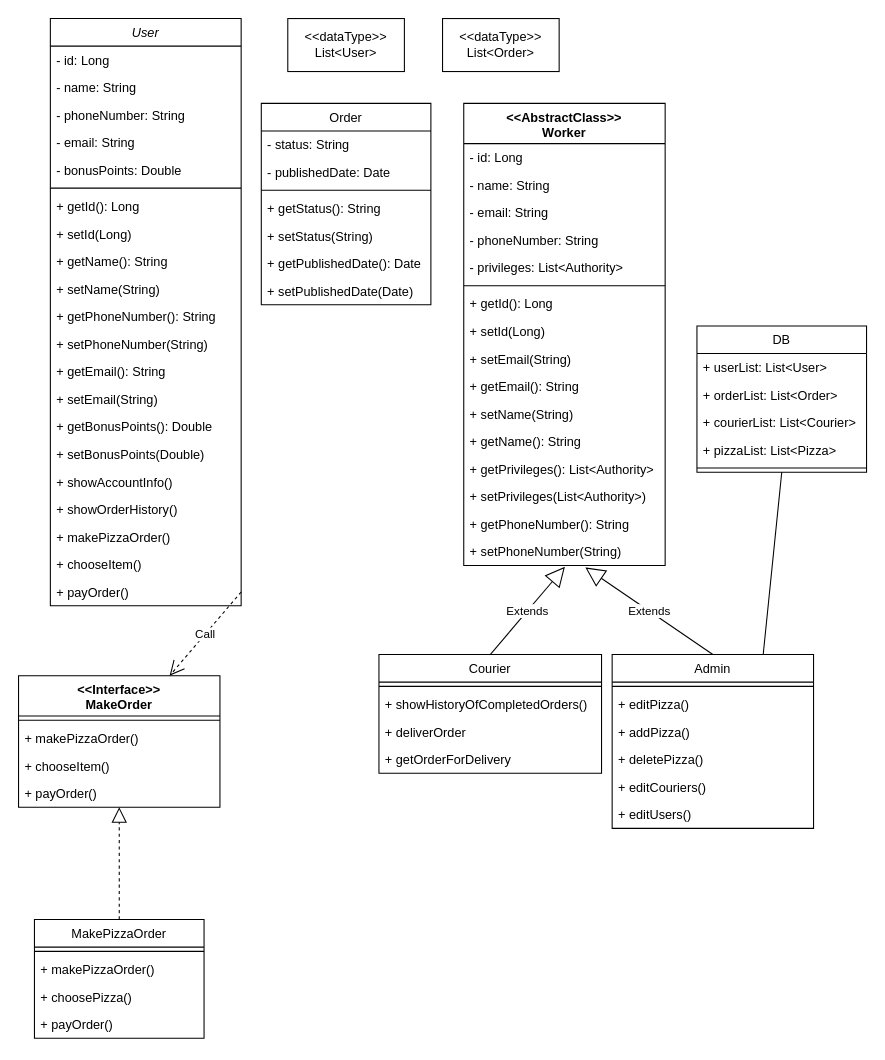
This is ДиаграммаКлассов.drawio from hard-gainer/UML, a draw.io file, before an edit. Source tidied: cells renumbered, new cells numbered last; positions are measured from the earlier drawing's top-left corner, leaving out a move shared by most shapes. Both pictures are drawn from the tidied source at 106%, with x=0, y=0 at pixel (18, 18).
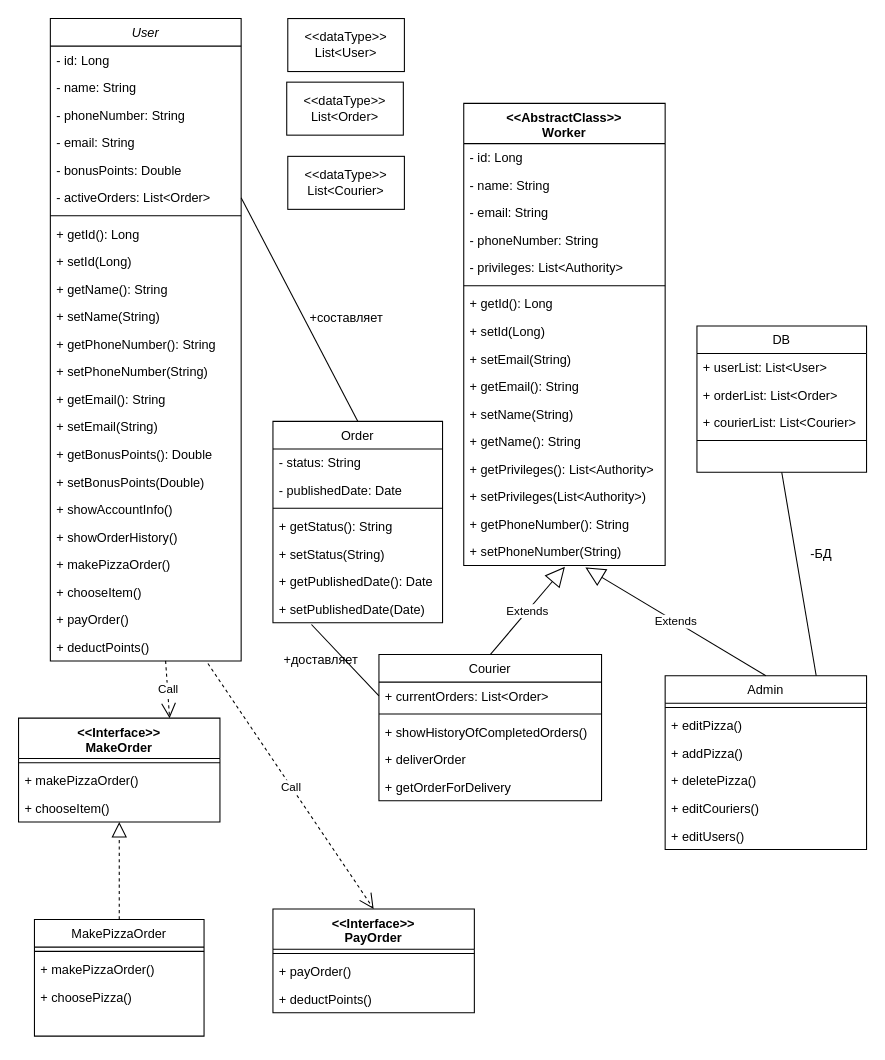
Above is the later version.

The change refers to these unchanged cells:
```xml
<mxCell id="24" value="DB" style="swimlane;fontStyle=0;align=center;verticalAlign=top;horizontal=1;startSize=26;rounded=0;shadow=0;strokeWidth=1;" parent="1" vertex="1">
  <mxGeometry x="640" y="290" width="160" height="138" as="geometry" />
</mxCell>
<mxCell id="37" value="+ setPublishedDate(Date)" style="text;align=left;verticalAlign=top;spacingLeft=4;spacingRight=4;overflow=hidden;points=[[0,0.5],[1,0.5]];portConstraint=eastwest;rounded=0;shadow=0;html=0;" parent="30" vertex="1">
  <mxGeometry y="164" width="160" height="26" as="geometry" />
</mxCell>
```

Change to the diagram source:
```diff
@@
     <mxCell id="2" value="User" style="swimlane;fontStyle=2;align=center;verticalAlign=top;horizontal=1;startSize=26;rounded=0;shadow=0;strokeWidth=1;" parent="1" vertex="1">
-      <mxGeometry x="30" width="180" height="554" as="geometry" />
+      <mxGeometry x="30" width="180" height="606" as="geometry" />
     </mxCell>
@@
+    <mxCell id="84" value="- activeOrders: List&lt;Order&gt;" style="text;align=left;verticalAlign=top;spacingLeft=4;spacingRight=4;overflow=hidden;points=[[0,0.5],[1,0.5]];portConstraint=eastwest;rounded=0;shadow=0;html=0;" parent="2" vertex="1">
+      <mxGeometry y="156" width="180" height="26" as="geometry" />
+    </mxCell>
     <mxCell id="8" style="line;html=1;strokeWidth=1;align=left;verticalAlign=middle;spacingTop=-1;spacingLeft=3;spacingRight=3;labelPosition=right;" parent="2" vertex="1">
-      <mxGeometry y="156" width="180" height="8" as="geometry" />
+      <mxGeometry y="182" width="180" height="8" as="geometry" />
     </mxCell>
     <mxCell id="9" value="+ getId(): Long" style="text;align=left;verticalAlign=top;spacingLeft=4;spacingRight=4;overflow=hidden;" parent="2" vertex="1">
-      <mxGeometry y="164" width="180" height="26" as="geometry" />
+      <mxGeometry y="190" width="180" height="26" as="geometry" />
     </mxCell>
     <mxCell id="10" value="+ setId(Long)" style="text;align=left;verticalAlign=top;spacingLeft=4;spacingRight=4;overflow=hidden;" parent="2" vertex="1">
-      <mxGeometry y="190" width="180" height="26" as="geometry" />
+      <mxGeometry y="216" width="180" height="26" as="geometry" />
     </mxCell>
     <mxCell id="11" value="+ getName(): String" style="text;align=left;verticalAlign=top;spacingLeft=4;spacingRight=4;overflow=hidden;" parent="2" vertex="1">
-      <mxGeometry y="216" width="180" height="26" as="geometry" />
+      <mxGeometry y="242" width="180" height="26" as="geometry" />
     </mxCell>
     <mxCell id="12" value="+ setName(String)" style="text;align=left;verticalAlign=top;spacingLeft=4;spacingRight=4;overflow=hidden;" parent="2" vertex="1">
-      <mxGeometry y="242" width="180" height="26" as="geometry" />
+      <mxGeometry y="268" width="180" height="26" as="geometry" />
     </mxCell>
     <mxCell id="13" value="+ getPhoneNumber(): String" style="text;align=left;verticalAlign=top;spacingLeft=4;spacingRight=4;overflow=hidden;" parent="2" vertex="1">
-      <mxGeometry y="268" width="180" height="26" as="geometry" />
+      <mxGeometry y="294" width="180" height="26" as="geometry" />
     </mxCell>
     <mxCell id="14" value="+ setPhoneNumber(String)" style="text;align=left;verticalAlign=top;spacingLeft=4;spacingRight=4;overflow=hidden;" parent="2" vertex="1">
-      <mxGeometry y="294" width="180" height="26" as="geometry" />
+      <mxGeometry y="320" width="180" height="26" as="geometry" />
     </mxCell>
     <mxCell id="15" value="+ getEmail(): String" style="text;align=left;verticalAlign=top;spacingLeft=4;spacingRight=4;overflow=hidden;" parent="2" vertex="1">
-      <mxGeometry y="320" width="180" height="26" as="geometry" />
+      <mxGeometry y="346" width="180" height="26" as="geometry" />
     </mxCell>
     <mxCell id="16" value="+ setEmail(String)" style="text;align=left;verticalAlign=top;spacingLeft=4;spacingRight=4;overflow=hidden;" parent="2" vertex="1">
-      <mxGeometry y="346" width="180" height="26" as="geometry" />
+      <mxGeometry y="372" width="180" height="26" as="geometry" />
     </mxCell>
     <mxCell id="17" value="+ getBonusPoints(): Double" style="text;align=left;verticalAlign=top;spacingLeft=4;spacingRight=4;overflow=hidden;" parent="2" vertex="1">
-      <mxGeometry y="372" width="180" height="26" as="geometry" />
+      <mxGeometry y="398" width="180" height="26" as="geometry" />
     </mxCell>
     <mxCell id="18" value="+ setBonusPoints(Double)" style="text;align=left;verticalAlign=top;spacingLeft=4;spacingRight=4;overflow=hidden;" parent="2" vertex="1">
-      <mxGeometry y="398" width="180" height="26" as="geometry" />
+      <mxGeometry y="424" width="180" height="26" as="geometry" />
     </mxCell>
     <mxCell id="19" value="+ showAccountInfo()" style="text;align=left;verticalAlign=top;spacingLeft=4;spacingRight=4;overflow=hidden;" parent="2" vertex="1">
-      <mxGeometry y="424" width="180" height="26" as="geometry" />
+      <mxGeometry y="450" width="180" height="26" as="geometry" />
     </mxCell>
     <mxCell id="20" value="+ showOrderHistory()" style="text;align=left;verticalAlign=top;spacingLeft=4;spacingRight=4;overflow=hidden;" parent="2" vertex="1">
-      <mxGeometry y="450" width="180" height="26" as="geometry" />
+      <mxGeometry y="476" width="180" height="26" as="geometry" />
     </mxCell>
     <mxCell id="21" value="+ makePizzaOrder()" style="text;align=left;verticalAlign=top;spacingLeft=4;spacingRight=4;overflow=hidden;" parent="2" vertex="1">
-      <mxGeometry y="476" width="180" height="26" as="geometry" />
+      <mxGeometry y="502" width="180" height="26" as="geometry" />
     </mxCell>
     <mxCell id="22" value="+ chooseItem()" style="text;align=left;verticalAlign=top;spacingLeft=4;spacingRight=4;overflow=hidden;" parent="2" vertex="1">
-      <mxGeometry y="502" width="180" height="26" as="geometry" />
+      <mxGeometry y="528" width="180" height="26" as="geometry" />
     </mxCell>
     <mxCell id="23" value="+ payOrder()" style="text;align=left;verticalAlign=top;spacingLeft=4;spacingRight=4;overflow=hidden;points=[[0,0.5],[1,0.5]];portConstraint=eastwest;" parent="2" vertex="1">
-      <mxGeometry y="528" width="180" height="26" as="geometry" />
+      <mxGeometry y="554" width="180" height="26" as="geometry" />
     </mxCell>
+    <mxCell id="85" value="+ deductPoints()" style="text;align=left;verticalAlign=top;spacingLeft=4;spacingRight=4;overflow=hidden;points=[[0,0.5],[1,0.5]];portConstraint=eastwest;" parent="2" vertex="1">
+      <mxGeometry y="580" width="180" height="26" as="geometry" />
+    </mxCell>
@@
-    <mxCell id="28" value="+ pizzaList: List&lt;Pizza&gt;" style="text;align=left;verticalAlign=top;spacingLeft=4;spacingRight=4;overflow=hidden;" parent="24" vertex="1">
-      <mxGeometry y="104" width="160" height="26" as="geometry" />
-    </mxCell>
     <mxCell id="29" style="line;html=1;strokeWidth=1;align=left;verticalAlign=middle;spacingTop=-1;spacingLeft=3;spacingRight=3;labelPosition=right;" parent="24" vertex="1">
-      <mxGeometry y="130" width="160" height="8" as="geometry" />
+      <mxGeometry y="104" width="160" height="8" as="geometry" />
     </mxCell>
     <mxCell id="30" value="Order" style="swimlane;fontStyle=0;align=center;verticalAlign=top;horizontal=1;startSize=26;rounded=0;shadow=0;strokeWidth=1;" parent="1" vertex="1">
-      <mxGeometry x="229" y="80" width="160" height="190" as="geometry" />
+      <mxGeometry x="240" y="380" width="160" height="190" as="geometry" />
     </mxCell>
@@
     <mxCell id="39" value="&amp;lt;&amp;lt;dataType&amp;gt;&amp;gt;&lt;div&gt;List&amp;lt;Order&amp;gt;&lt;/div&gt;" style="html=1;whiteSpace=wrap;" parent="1" vertex="1">
-      <mxGeometry x="400" width="110" height="50" as="geometry" />
+      <mxGeometry x="253" y="60" width="110" height="50" as="geometry" />
     </mxCell>
@@
     <mxCell id="57" value="Courier" style="swimlane;fontStyle=0;align=center;verticalAlign=top;horizontal=1;startSize=26;rounded=0;shadow=0;strokeWidth=1;" parent="1" vertex="1">
-      <mxGeometry x="340" y="600" width="210" height="112" as="geometry" />
+      <mxGeometry x="340" y="600" width="210" height="138" as="geometry" />
     </mxCell>
+    <mxCell id="86" value="+ currentOrders: List&lt;Order&gt;" style="text;align=left;verticalAlign=top;spacingLeft=4;spacingRight=4;overflow=hidden;points=[[0,0.5],[1,0.5]];portConstraint=eastwest;" parent="57" vertex="1">
+      <mxGeometry y="26" width="210" height="26" as="geometry" />
+    </mxCell>
     <mxCell id="58" style="line;html=1;strokeWidth=1;align=left;verticalAlign=middle;spacingTop=-1;spacingLeft=3;spacingRight=3;labelPosition=right;" parent="57" vertex="1">
-      <mxGeometry y="26" width="210" height="8" as="geometry" />
+      <mxGeometry y="52" width="210" height="8" as="geometry" />
     </mxCell>
     <mxCell id="59" value="+ showHistoryOfCompletedOrders()" style="text;align=left;verticalAlign=top;spacingLeft=4;spacingRight=4;overflow=hidden;" parent="57" vertex="1">
-      <mxGeometry y="34" width="210" height="26" as="geometry" />
+      <mxGeometry y="60" width="210" height="26" as="geometry" />
     </mxCell>
     <mxCell id="60" value="+ deliverOrder" style="text;align=left;verticalAlign=top;spacingLeft=4;spacingRight=4;overflow=hidden;" parent="57" vertex="1">
-      <mxGeometry y="60" width="210" height="26" as="geometry" />
+      <mxGeometry y="86" width="210" height="26" as="geometry" />
     </mxCell>
     <mxCell id="61" value="+ getOrderForDelivery" style="text;align=left;verticalAlign=top;spacingLeft=4;spacingRight=4;overflow=hidden;" parent="57" vertex="1">
-      <mxGeometry y="86" width="210" height="26" as="geometry" />
+      <mxGeometry y="112" width="210" height="26" as="geometry" />
     </mxCell>
     <mxCell id="62" value="Admin" style="swimlane;fontStyle=0;align=center;verticalAlign=top;horizontal=1;startSize=26;rounded=0;shadow=0;strokeWidth=1;" parent="1" vertex="1">
-      <mxGeometry x="560" y="600" width="190" height="164" as="geometry" />
+      <mxGeometry x="610" y="620" width="190" height="164" as="geometry" />
     </mxCell>
@@
     <mxCell id="71" value="&lt;div&gt;&amp;lt;&amp;lt;Interface&amp;gt;&amp;gt;&lt;/div&gt;&lt;div&gt;MakeOrder&lt;/div&gt;" style="swimlane;fontStyle=1;align=center;verticalAlign=top;horizontal=1;startSize=38;whiteSpace=wrap;html=1;" parent="1" vertex="1">
-      <mxGeometry y="620" width="190" height="124" as="geometry" />
+      <mxGeometry y="660" width="190" height="98" as="geometry" />
     </mxCell>
@@
-    <mxCell id="75" value="+ payOrder()" style="text;align=left;verticalAlign=top;spacingLeft=4;spacingRight=4;overflow=hidden;" parent="71" vertex="1">
-      <mxGeometry y="98" width="190" height="26" as="geometry" />
-    </mxCell>
     <mxCell id="76" value="MakePizzaOrder" style="swimlane;fontStyle=0;align=center;verticalAlign=top;horizontal=1;startSize=26;rounded=0;shadow=0;strokeWidth=1;" parent="1" vertex="1">
-      <mxGeometry x="15" y="850" width="160" height="112" as="geometry" />
+      <mxGeometry x="15" y="850" width="160" height="110" as="geometry" />
     </mxCell>
@@
-    <mxCell id="80" value="+ payOrder()" style="text;align=left;verticalAlign=top;spacingLeft=4;spacingRight=4;overflow=hidden;" parent="76" vertex="1">
-      <mxGeometry y="86" width="160" height="26" as="geometry" />
-    </mxCell>
@@
-    <mxCell id="83" value="Call" style="endArrow=open;endSize=12;dashed=1;html=1;rounded=0;exitX=1;exitY=0.5;exitDx=0;exitDy=0;entryX=0.75;entryY=0;entryDx=0;entryDy=0;" parent="1" edge="1" source="23" target="71">
+    <mxCell id="83" value="Call" style="endArrow=open;endSize=12;dashed=1;html=1;rounded=0;exitX=0.604;exitY=1;exitDx=0;exitDy=0;entryX=0.75;entryY=0;entryDx=0;entryDy=0;exitPerimeter=0;" parent="1" edge="1" source="85" target="71">
       <mxGeometry relative="1" as="geometry" />
     </mxCell>
+    <mxCell id="87" value="&lt;div&gt;&amp;lt;&amp;lt;Interface&amp;gt;&amp;gt;&lt;/div&gt;&lt;div&gt;PayOrder&lt;/div&gt;" style="swimlane;fontStyle=1;align=center;verticalAlign=top;horizontal=1;startSize=38;whiteSpace=wrap;html=1;" parent="1" vertex="1">
+      <mxGeometry x="240" y="840" width="190" height="98" as="geometry" />
+    </mxCell>
+    <mxCell id="88" style="line;strokeWidth=1;fillColor=none;align=left;verticalAlign=middle;spacingTop=-1;spacingLeft=3;spacingRight=3;labelPosition=right;strokeColor=inherit;" parent="87" vertex="1">
+      <mxGeometry y="38" width="190" height="8" as="geometry" />
+    </mxCell>
+    <mxCell id="89" value="+ payOrder()" style="text;align=left;verticalAlign=top;spacingLeft=4;spacingRight=4;overflow=hidden;" parent="87" vertex="1">
+      <mxGeometry y="46" width="190" height="26" as="geometry" />
+    </mxCell>
+    <mxCell id="90" value="+ deductPoints()" style="text;align=left;verticalAlign=top;spacingLeft=4;spacingRight=4;overflow=hidden;" parent="87" vertex="1">
+      <mxGeometry y="72" width="190" height="26" as="geometry" />
+    </mxCell>
+    <mxCell id="91" value="Call" style="endArrow=open;endSize=12;dashed=1;html=1;rounded=0;exitX=0.826;exitY=1.096;exitDx=0;exitDy=0;entryX=0.5;entryY=0;entryDx=0;entryDy=0;exitPerimeter=0;" parent="1" edge="1" source="85" target="87">
+      <mxGeometry relative="1" as="geometry" />
+    </mxCell>
+    <mxCell id="92" value="&amp;lt;&amp;lt;dataType&amp;gt;&amp;gt;&lt;div&gt;List&amp;lt;Courier&amp;gt;&lt;/div&gt;" style="html=1;whiteSpace=wrap;" parent="1" vertex="1">
+      <mxGeometry x="254" y="130" width="110" height="50" as="geometry" />
+    </mxCell>
+    <mxCell id="93" value="-БД" style="text;html=1;align=center;verticalAlign=middle;strokeColor=none;fillColor=none;" parent="1" vertex="1">
+      <mxGeometry x="737" y="490" width="40" height="30" as="geometry" />
+    </mxCell>
+    <mxCell id="94" style="endArrow=none;html=1;rounded=0;exitX=0;exitY=0.5;exitDx=0;exitDy=0;entryX=0.227;entryY=1.064;entryDx=0;entryDy=0;entryPerimeter=0;" parent="1" edge="1" source="86" target="37">
+      <mxGeometry relative="1" as="geometry" />
+    </mxCell>
+    <mxCell id="95" value="+доставляет" style="text;html=1;align=center;verticalAlign=middle;strokeColor=none;fillColor=none;" parent="1" vertex="1">
+      <mxGeometry x="240" y="590" width="90" height="30" as="geometry" />
+    </mxCell>
+    <mxCell id="96" style="endArrow=none;html=1;rounded=0;exitX=0.5;exitY=0;exitDx=0;exitDy=0;entryX=1;entryY=0.5;entryDx=0;entryDy=0;" parent="1" edge="1" source="30" target="84">
+      <mxGeometry relative="1" as="geometry" />
+    </mxCell>
+    <mxCell id="97" value="+cоставляет" style="text;html=1;align=center;verticalAlign=middle;strokeColor=none;fillColor=none;" parent="1" vertex="1">
+      <mxGeometry x="264" y="268" width="90" height="30" as="geometry" />
+    </mxCell>
```
